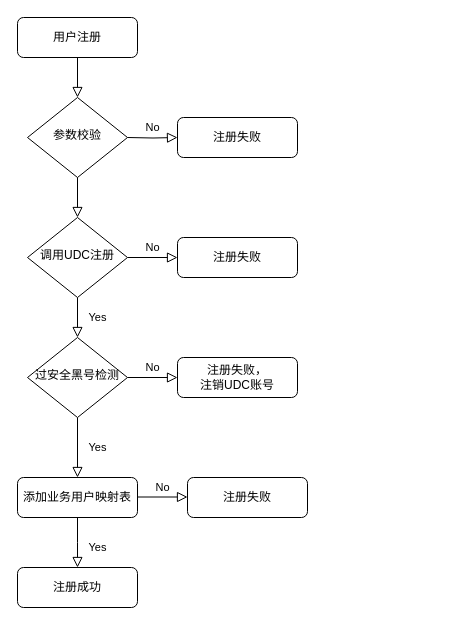
Earlier version of the draw.io diagram 未命名绘图.drawio (zhuqlah/draw). Source tidied: cells renumbered, new cells numbered last; positions are measured from the earlier drawing's top-left corner, leaving out a move shared by most shapes. Both pictures are drawn from the tidied source at 100%, with x=0, y=0 at pixel (17, 17).
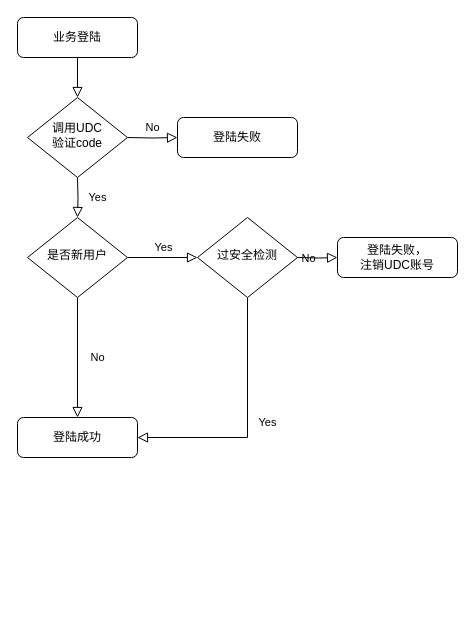
The same page after the edit.

Commit message (it also covers changes not shown here):
更新未命名绘图.drawio

Diff of the diagram source:
```diff
@@
-    <mxCell id="3" value="用户注册" style="rounded=1;whiteSpace=wrap;html=1;fontSize=12;glass=0;strokeWidth=1;shadow=0;" parent="1" vertex="1">
+    <mxCell id="3" value="业务登陆" style="rounded=1;whiteSpace=wrap;html=1;fontSize=12;glass=0;strokeWidth=1;shadow=0;" parent="1" vertex="1">
       <mxGeometry width="120" height="40" as="geometry" />
     </mxCell>
-    <mxCell id="4" value="Yes" style="rounded=0;html=1;jettySize=auto;fontSize=11;endArrow=block;endFill=0;endSize=8;strokeWidth=1;shadow=0;labelBackgroundColor=none;edgeStyle=orthogonalEdgeStyle;" parent="1" edge="1" source="6" target="10">
-      <mxGeometry y="20" relative="1" as="geometry" />
+    <mxCell id="4" value="Yes" style="rounded=0;html=1;jettySize=auto;fontSize=11;endArrow=block;endFill=0;endSize=8;strokeWidth=1;shadow=0;labelBackgroundColor=none;edgeStyle=orthogonalEdgeStyle;" parent="1" edge="1" target="10">
+      <mxGeometry y="20" relative="1" as="geometry">
+        <mxPoint x="60" y="160" as="sourcePoint" />
+      </mxGeometry>
     </mxCell>
-    <mxCell id="5" value="No" style="edgeStyle=orthogonalEdgeStyle;rounded=0;html=1;jettySize=auto;fontSize=11;endArrow=block;endFill=0;endSize=8;strokeWidth=1;shadow=0;labelBackgroundColor=none;" parent="1" edge="1" source="6" target="7">
-      <mxGeometry y="10" relative="1" as="geometry" />
-    </mxCell>
-    <mxCell id="6" value="调用UDC注册" style="rhombus;whiteSpace=wrap;html=1;shadow=0;fontFamily=Helvetica;fontSize=12;align=center;strokeWidth=1;spacing=6;spacingTop=-4;" parent="1" vertex="1">
-      <mxGeometry x="10" y="200" width="100" height="80" as="geometry" />
-    </mxCell>
-    <mxCell id="7" value="注册失败" style="rounded=1;whiteSpace=wrap;html=1;fontSize=12;glass=0;strokeWidth=1;shadow=0;" parent="1" vertex="1">
-      <mxGeometry x="160" y="220" width="120" height="40" as="geometry" />
-    </mxCell>
-    <mxCell id="8" value="Yes" style="rounded=0;html=1;jettySize=auto;fontSize=11;endArrow=block;endFill=0;endSize=8;strokeWidth=1;shadow=0;labelBackgroundColor=none;edgeStyle=orthogonalEdgeStyle;" parent="1" edge="1" source="10" target="11">
+    <mxCell id="8" value="No" style="rounded=0;html=1;jettySize=auto;fontSize=11;endArrow=block;endFill=0;endSize=8;strokeWidth=1;shadow=0;labelBackgroundColor=none;edgeStyle=orthogonalEdgeStyle;entryX=0.5;entryY=0;entryDx=0;entryDy=0;" parent="1" edge="1" source="10" target="16">
       <mxGeometry y="20" relative="1" as="geometry" />
     </mxCell>
-    <mxCell id="9" value="No" style="edgeStyle=orthogonalEdgeStyle;rounded=0;html=1;jettySize=auto;fontSize=11;endArrow=block;endFill=0;endSize=8;strokeWidth=1;shadow=0;labelBackgroundColor=none;" parent="1" edge="1" source="10" target="12">
-      <mxGeometry y="10" relative="1" as="geometry" />
-    </mxCell>
-    <mxCell id="10" value="过安全黑号检测" style="rhombus;whiteSpace=wrap;html=1;shadow=0;fontFamily=Helvetica;fontSize=12;align=center;strokeWidth=1;spacing=6;spacingTop=-4;" parent="1" vertex="1">
-      <mxGeometry x="10" y="320" width="100" height="80" as="geometry" />
+    <mxCell id="10" value="是否新用户" style="rhombus;whiteSpace=wrap;html=1;shadow=0;fontFamily=Helvetica;fontSize=12;align=center;strokeWidth=1;spacing=6;spacingTop=-4;" parent="1" vertex="1">
+      <mxGeometry x="10" y="200" width="100" height="80" as="geometry" />
     </mxCell>
-    <mxCell id="11" value="添加业务用户映射表" style="rounded=1;whiteSpace=wrap;html=1;fontSize=12;glass=0;strokeWidth=1;shadow=0;" parent="1" vertex="1">
-      <mxGeometry y="460" width="120" height="40" as="geometry" />
-    </mxCell>
-    <mxCell id="12" value="注册失败，&lt;br&gt;注销UDC账号" style="rounded=1;whiteSpace=wrap;html=1;fontSize=12;glass=0;strokeWidth=1;shadow=0;" parent="1" vertex="1">
-      <mxGeometry x="160" y="340" width="120" height="40" as="geometry" />
-    </mxCell>
-    <mxCell id="13" value="No" style="edgeStyle=orthogonalEdgeStyle;rounded=0;html=1;jettySize=auto;orthogonalLoop=1;fontSize=11;endArrow=block;endFill=0;endSize=8;strokeWidth=1;shadow=0;labelBackgroundColor=none;" parent="1" edge="1">
-      <mxGeometry y="10" relative="1" as="geometry">
-        <mxPoint x="120" y="479.5" as="sourcePoint" />
-        <mxPoint x="170" y="479.5" as="targetPoint" />
-      </mxGeometry>
-    </mxCell>
-    <mxCell id="14" value="注册失败" style="rounded=1;whiteSpace=wrap;html=1;fontSize=12;glass=0;strokeWidth=1;shadow=0;" parent="1" vertex="1">
-      <mxGeometry x="170" y="460" width="120" height="40" as="geometry" />
+    <mxCell id="14" value="登陆失败，&lt;br style=&quot;border-color: var(--border-color);&quot;&gt;注销UDC账号" style="rounded=1;whiteSpace=wrap;html=1;fontSize=12;glass=0;strokeWidth=1;shadow=0;" parent="1" vertex="1">
+      <mxGeometry x="320" y="220" width="120" height="40" as="geometry" />
     </mxCell>
-    <mxCell id="15" value="Yes" style="rounded=0;html=1;jettySize=auto;fontSize=11;endArrow=block;endFill=0;endSize=8;strokeWidth=1;shadow=0;labelBackgroundColor=none;edgeStyle=orthogonalEdgeStyle;exitX=0.5;exitY=1;exitDx=0;exitDy=0;" parent="1" edge="1" source="11">
-      <mxGeometry x="0.19" y="20" relative="1" as="geometry">
-        <mxPoint x="60" y="550" as="targetPoint" />
-      </mxGeometry>
-    </mxCell>
-    <mxCell id="16" value="注册成功" style="rounded=1;whiteSpace=wrap;html=1;fontSize=12;glass=0;strokeWidth=1;shadow=0;" parent="1" vertex="1">
-      <mxGeometry y="550" width="120" height="40" as="geometry" />
+    <mxCell id="16" value="登陆成功" style="rounded=1;whiteSpace=wrap;html=1;fontSize=12;glass=0;strokeWidth=1;shadow=0;" parent="1" vertex="1">
+      <mxGeometry y="400" width="120" height="40" as="geometry" />
     </mxCell>
-    <mxCell id="17" value="参数校验" style="rhombus;whiteSpace=wrap;html=1;shadow=0;fontFamily=Helvetica;fontSize=12;align=center;strokeWidth=1;spacing=6;spacingTop=-4;" parent="1" vertex="1">
+    <mxCell id="17" value="调用UDC&lt;br&gt;验证code" style="rhombus;whiteSpace=wrap;html=1;shadow=0;fontFamily=Helvetica;fontSize=12;align=center;strokeWidth=1;spacing=6;spacingTop=-4;" parent="1" vertex="1">
       <mxGeometry x="10" y="80" width="100" height="80" as="geometry" />
     </mxCell>
-    <mxCell id="18" style="rounded=0;html=1;jettySize=auto;fontSize=11;endArrow=block;endFill=0;endSize=8;strokeWidth=1;shadow=0;labelBackgroundColor=none;edgeStyle=orthogonalEdgeStyle;exitX=0.5;exitY=1;exitDx=0;exitDy=0;entryX=0.5;entryY=0;entryDx=0;entryDy=0;" parent="1" edge="1" source="17" target="6">
-      <mxGeometry relative="1" as="geometry" />
-    </mxCell>
@@
-    <mxCell id="20" value="注册失败" style="rounded=1;whiteSpace=wrap;html=1;fontSize=12;glass=0;strokeWidth=1;shadow=0;" parent="1" vertex="1">
+    <mxCell id="20" value="登陆失败" style="rounded=1;whiteSpace=wrap;html=1;fontSize=12;glass=0;strokeWidth=1;shadow=0;" parent="1" vertex="1">
       <mxGeometry x="160" y="100" width="120" height="40" as="geometry" />
     </mxCell>
+    <mxCell id="21" value="过安全检测" style="rhombus;whiteSpace=wrap;html=1;shadow=0;fontFamily=Helvetica;fontSize=12;align=center;strokeWidth=1;spacing=6;spacingTop=-4;" parent="1" vertex="1">
+      <mxGeometry x="180" y="200" width="100" height="80" as="geometry" />
+    </mxCell>
+    <mxCell id="22" value="Yes" style="edgeStyle=orthogonalEdgeStyle;rounded=0;html=1;jettySize=auto;fontSize=11;endArrow=block;endFill=0;endSize=8;strokeWidth=1;shadow=0;labelBackgroundColor=none;exitX=1;exitY=0.5;exitDx=0;exitDy=0;entryX=0;entryY=0.5;entryDx=0;entryDy=0;" parent="1" edge="1" source="10" target="21">
+      <mxGeometry x="0.03" y="10" relative="1" as="geometry" />
+    </mxCell>
+    <mxCell id="23" value="Yes" style="rounded=0;html=1;jettySize=auto;fontSize=11;endArrow=block;endFill=0;endSize=8;strokeWidth=1;shadow=0;labelBackgroundColor=none;edgeStyle=orthogonalEdgeStyle;exitX=0.5;exitY=1;exitDx=0;exitDy=0;entryX=1;entryY=0.5;entryDx=0;entryDy=0;" parent="1" edge="1" source="21" target="16">
+      <mxGeometry y="20" relative="1" as="geometry" />
+    </mxCell>
+    <mxCell id="24" value="No" style="edgeStyle=orthogonalEdgeStyle;rounded=0;html=1;jettySize=auto;fontSize=11;endArrow=block;endFill=0;endSize=8;strokeWidth=1;shadow=0;labelBackgroundColor=none;entryX=0;entryY=0.5;entryDx=0;entryDy=0;" parent="1" edge="1" target="14">
+      <mxGeometry x="0.03" y="10" relative="1" as="geometry">
+        <mxPoint x="280" y="240" as="sourcePoint" />
+      </mxGeometry>
+    </mxCell>
```
